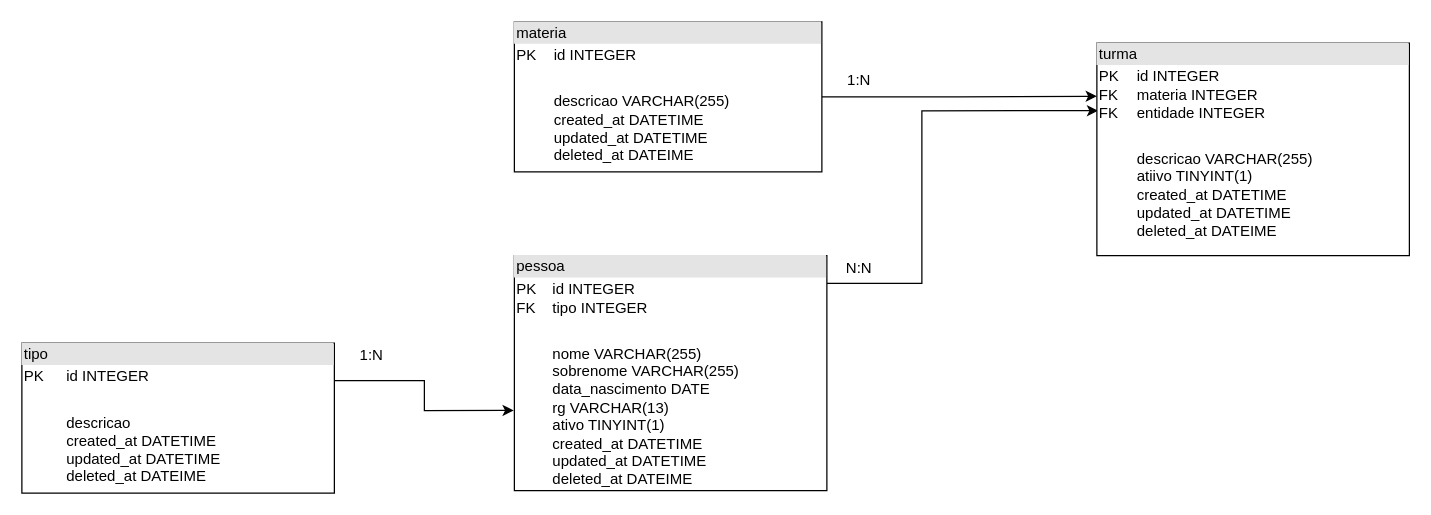
The draw.io diagram escola_modelo.drawio in rafaeldajuda/escola, before the edit. Source tidied: cells renumbered, new cells numbered last; positions are measured from the earlier drawing's top-left corner, leaving out a move shared by most shapes. Both pictures are drawn from the tidied source at 125%, with x=0, y=0 at pixel (21, 21).
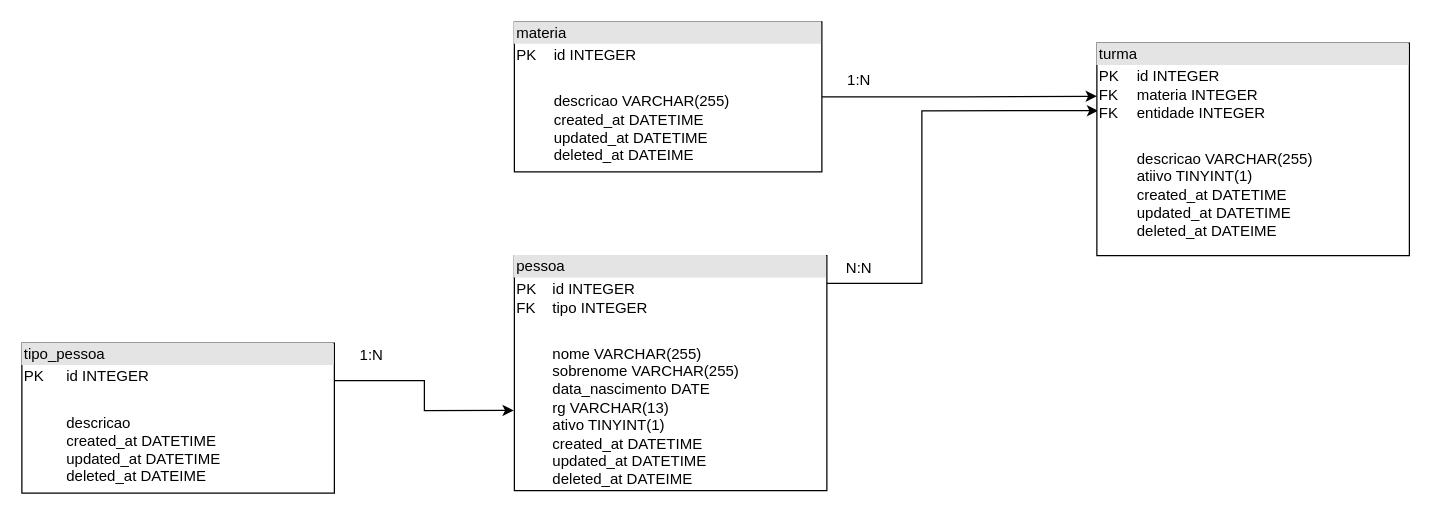
The same page after the edit.

What changed in the source:
```diff
@@
 <mxGraphModel>
   <root>
     <mxCell id="0" />
     <mxCell id="1" parent="0" />
     <mxCell id="2" style="edgeStyle=orthogonalEdgeStyle;rounded=0;jettySize=auto;html=1;entryX=0;entryY=0.25;entryDx=0;entryDy=0;" parent="1" edge="1" source="3" target="8">
       <mxGeometry relative="1" as="geometry" />
     </mxCell>
     <mxCell id="3" value="&lt;div style=&quot;box-sizing: border-box ; width: 100% ; background: #e4e4e4 ; padding: 2px&quot;&gt;materia&lt;/div&gt;&lt;table style=&quot;width: 100% ; font-size: 1em&quot; cellpadding=&quot;2&quot; cellspacing=&quot;0&quot;&gt;&lt;tbody&gt;&lt;tr&gt;&lt;td&gt;PK&lt;/td&gt;&lt;td&gt;id INTEGER&lt;/td&gt;&lt;/tr&gt;&lt;tr&gt;&lt;td&gt;&lt;br&gt;&lt;/td&gt;&lt;td&gt;&lt;br&gt;&lt;/td&gt;&lt;/tr&gt;&lt;tr&gt;&lt;td&gt;&lt;/td&gt;&lt;td&gt;descricao VARCHAR(255)&lt;br&gt;created_at DATETIME&lt;br&gt;updated_at DATETIME&lt;br&gt;deleted_at DATEIME&lt;br&gt;&lt;/td&gt;&lt;/tr&gt;&lt;/tbody&gt;&lt;/table&gt;" style="verticalAlign=top;align=left;overflow=fill;html=1;" parent="1" vertex="1">
       <mxGeometry x="394" width="246" height="120" as="geometry" />
     </mxCell>
     <mxCell id="4" style="edgeStyle=orthogonalEdgeStyle;rounded=0;jettySize=auto;html=1;exitX=1;exitY=0.144;exitDx=0;exitDy=0;entryX=0.004;entryY=0.318;entryDx=0;entryDy=0;entryPerimeter=0;exitPerimeter=0;" parent="1" edge="1" target="8">
       <mxGeometry relative="1" as="geometry">
         <mxPoint x="644" y="209.1" as="sourcePoint" />
         <Array as="points">
           <mxPoint x="720" y="209" />
           <mxPoint x="720" y="71" />
         </Array>
       </mxGeometry>
     </mxCell>
     <mxCell id="5" value="&lt;div style=&quot;box-sizing: border-box ; width: 100% ; background: #e4e4e4 ; padding: 2px&quot;&gt;pessoa&lt;/div&gt;&lt;table style=&quot;width: 100% ; font-size: 1em&quot; cellpadding=&quot;2&quot; cellspacing=&quot;0&quot;&gt;&lt;tbody&gt;&lt;tr&gt;&lt;td&gt;PK&lt;br&gt;FK&lt;/td&gt;&lt;td&gt;id INTEGER&lt;br&gt;tipo INTEGER&lt;br&gt;&lt;/td&gt;&lt;/tr&gt;&lt;tr&gt;&lt;td&gt;&lt;br&gt;&lt;/td&gt;&lt;td&gt;&lt;br&gt;&lt;/td&gt;&lt;/tr&gt;&lt;tr&gt;&lt;td&gt;&lt;br&gt;&lt;/td&gt;&lt;td&gt;nome VARCHAR(255)&lt;br&gt;sobrenome VARCHAR(255)&lt;br&gt;data_nascimento DATE&lt;br&gt;rg VARCHAR(13)&lt;br&gt;ativo TINYINT(1)&lt;br&gt;created_at DATETIME&lt;br&gt;updated_at DATETIME&lt;br&gt;deleted_at DATEIME&lt;/td&gt;&lt;/tr&gt;&lt;/tbody&gt;&lt;/table&gt;" style="verticalAlign=top;align=left;overflow=fill;html=1;" parent="1" vertex="1">
       <mxGeometry x="394" y="187" width="250" height="188" as="geometry" />
     </mxCell>
     <mxCell id="6" style="edgeStyle=orthogonalEdgeStyle;rounded=0;jettySize=auto;html=1;entryX=-0.002;entryY=0.659;entryDx=0;entryDy=0;entryPerimeter=0;exitX=1;exitY=0.25;exitDx=0;exitDy=0;" parent="1" edge="1" source="7" target="5">
       <mxGeometry relative="1" as="geometry" />
     </mxCell>
-    <mxCell id="7" value="&lt;div style=&quot;box-sizing: border-box ; width: 100% ; background: #e4e4e4 ; padding: 2px&quot;&gt;tipo&lt;/div&gt;&lt;table style=&quot;width: 100% ; font-size: 1em&quot; cellpadding=&quot;2&quot; cellspacing=&quot;0&quot;&gt;&lt;tbody&gt;&lt;tr&gt;&lt;td&gt;PK&lt;/td&gt;&lt;td&gt;id INTEGER&lt;/td&gt;&lt;/tr&gt;&lt;tr&gt;&lt;td&gt;&lt;br&gt;&lt;/td&gt;&lt;td&gt;&lt;br&gt;&lt;/td&gt;&lt;/tr&gt;&lt;tr&gt;&lt;td&gt;&lt;/td&gt;&lt;td&gt;descricao&lt;br&gt;created_at DATETIME&lt;br&gt;updated_at DATETIME&lt;br&gt;deleted_at DATEIME&lt;br&gt;&lt;/td&gt;&lt;/tr&gt;&lt;/tbody&gt;&lt;/table&gt;" style="verticalAlign=top;align=left;overflow=fill;html=1;" parent="1" vertex="1">
+    <mxCell id="7" value="&lt;div style=&quot;box-sizing: border-box ; width: 100% ; background: #e4e4e4 ; padding: 2px&quot;&gt;tipo_pessoa&lt;/div&gt;&lt;table style=&quot;width: 100% ; font-size: 1em&quot; cellpadding=&quot;2&quot; cellspacing=&quot;0&quot;&gt;&lt;tbody&gt;&lt;tr&gt;&lt;td&gt;PK&lt;/td&gt;&lt;td&gt;id INTEGER&lt;/td&gt;&lt;/tr&gt;&lt;tr&gt;&lt;td&gt;&lt;br&gt;&lt;/td&gt;&lt;td&gt;&lt;br&gt;&lt;/td&gt;&lt;/tr&gt;&lt;tr&gt;&lt;td&gt;&lt;/td&gt;&lt;td&gt;descricao&lt;br&gt;created_at DATETIME&lt;br&gt;updated_at DATETIME&lt;br&gt;deleted_at DATEIME&lt;br&gt;&lt;/td&gt;&lt;/tr&gt;&lt;/tbody&gt;&lt;/table&gt;" style="verticalAlign=top;align=left;overflow=fill;html=1;" parent="1" vertex="1">
       <mxGeometry y="257" width="250" height="120" as="geometry" />
     </mxCell>
     <mxCell id="8" value="&lt;div style=&quot;box-sizing: border-box ; width: 100% ; background: #e4e4e4 ; padding: 2px&quot;&gt;turma&lt;/div&gt;&lt;table style=&quot;width: 100% ; font-size: 1em&quot; cellpadding=&quot;2&quot; cellspacing=&quot;0&quot;&gt;&lt;tbody&gt;&lt;tr&gt;&lt;td&gt;PK&lt;br&gt;FK&lt;br&gt;FK&lt;br&gt;&lt;/td&gt;&lt;td&gt;id INTEGER&lt;br&gt;materia INTEGER&lt;br&gt;entidade INTEGER&lt;br&gt;&lt;/td&gt;&lt;/tr&gt;&lt;tr&gt;&lt;td&gt;&lt;br&gt;&lt;/td&gt;&lt;td&gt;&lt;br&gt;&lt;/td&gt;&lt;/tr&gt;&lt;tr&gt;&lt;td&gt;&lt;br&gt;&lt;br&gt;&lt;br&gt;&lt;/td&gt;&lt;td&gt;descricao VARCHAR(255)&lt;br&gt;atiivo TINYINT(1)&lt;br&gt;created_at DATETIME&lt;br&gt;updated_at DATETIME&lt;br&gt;deleted_at DATEIME&lt;br&gt;&lt;br&gt;&lt;/td&gt;&lt;/tr&gt;&lt;/tbody&gt;&lt;/table&gt;" style="verticalAlign=top;align=left;overflow=fill;html=1;" parent="1" vertex="1">
       <mxGeometry x="860" y="17" width="250" height="170" as="geometry" />
     </mxCell>
     <mxCell id="9" value="1:N" style="text;html=1;strokeColor=none;fillColor=none;align=center;verticalAlign=middle;whiteSpace=wrap;rounded=0;" parent="1" vertex="1">
       <mxGeometry x="260" y="257" width="40" height="20" as="geometry" />
     </mxCell>
     <mxCell id="10" value="1:N" style="text;html=1;strokeColor=none;fillColor=none;align=center;verticalAlign=middle;whiteSpace=wrap;rounded=0;" parent="1" vertex="1">
       <mxGeometry x="650" y="37" width="40" height="20" as="geometry" />
     </mxCell>
     <mxCell id="11" value="N:N" style="text;html=1;strokeColor=none;fillColor=none;align=center;verticalAlign=middle;whiteSpace=wrap;rounded=0;" parent="1" vertex="1">
       <mxGeometry x="650" y="187" width="40" height="20" as="geometry" />
     </mxCell>
   </root>
 </mxGraphModel>
```
